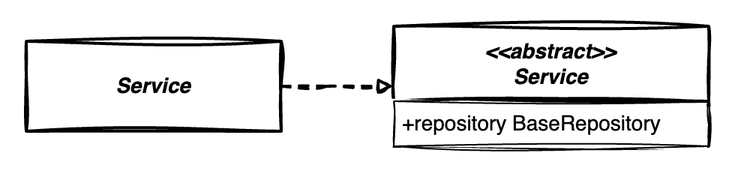
The draw.io diagram interactor_layer.drawio.png in hamed-rezaee/flutter_component_architecture_poc, before a commit. Source tidied: cells renumbered, new cells last; positions are measured from the earlier drawing's top-left corner, leaving out a move shared by most shapes.
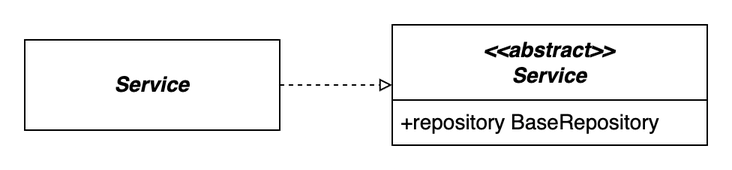
The same diagram one commit later.

Diff of the diagram source:
```diff
@@ -2,13 +2,13 @@
   <root>
     <mxCell id="0" />
     <mxCell id="1" parent="0" />
-    <mxCell id="2" value="&lt;b style=&quot;border-color: var(--border-color); font-size: 12px;&quot;&gt;&lt;i style=&quot;border-color: var(--border-color);&quot;&gt;&lt;font style=&quot;border-color: var(--border-color); font-size: 14px;&quot;&gt;&amp;lt;&amp;lt;abstract&amp;gt;&amp;gt;&lt;br style=&quot;border-color: var(--border-color);&quot;&gt;Service&lt;/font&gt;&lt;/i&gt;&lt;/b&gt;" style="swimlane;horizontal=1;startSize=50;rounded=0;fontSize=14;fontStyle=0;strokeWidth=2;shadow=0;dashed=0;align=center;arcSize=4;whiteSpace=wrap;html=1;sketch=1;curveFitting=1;jiggle=2;swimlaneFillColor=default;" parent="1" vertex="1">
+    <mxCell id="2" value="&lt;b style=&quot;border-color: var(--border-color); font-size: 12px;&quot;&gt;&lt;i style=&quot;border-color: var(--border-color);&quot;&gt;&lt;font style=&quot;border-color: var(--border-color); font-size: 14px;&quot;&gt;&amp;lt;&amp;lt;abstract&amp;gt;&amp;gt;&lt;br style=&quot;border-color: var(--border-color);&quot;&gt;Service&lt;/font&gt;&lt;/i&gt;&lt;/b&gt;" style="swimlane;horizontal=1;startSize=50;rounded=0;fontSize=14;fontStyle=0;strokeWidth=1;shadow=0;dashed=0;align=center;arcSize=4;whiteSpace=wrap;html=1;swimlaneFillColor=default;" parent="1" vertex="1">
       <mxGeometry x="245" width="210" height="80" as="geometry" />
     </mxCell>
-    <mxCell id="3" value="&lt;font style=&quot;font-size: 14px;&quot;&gt;+repository BaseRepository&lt;/font&gt;" style="align=left;spacingLeft=4;fontSize=12;verticalAlign=top;html=1;sketch=1;curveFitting=1;jiggle=2;" parent="2" vertex="1">
+    <mxCell id="3" value="&lt;font style=&quot;font-size: 14px;&quot;&gt;+repository BaseRepository&lt;/font&gt;" style="align=left;spacingLeft=4;fontSize=12;verticalAlign=top;html=1;strokeWidth=1;" parent="2" vertex="1">
       <mxGeometry y="50" width="210" height="30" as="geometry" />
     </mxCell>
-    <mxCell id="4" style="edgeStyle=orthogonalEdgeStyle;rounded=0;jettySize=auto;html=1;exitX=1;exitY=0.5;exitDx=0;exitDy=0;entryX=0;entryY=0.5;entryDx=0;entryDy=0;endArrow=block;endFill=0;sketch=1;curveFitting=1;jiggle=2;dashed=1;strokeWidth=2;" parent="1" edge="1" source="5" target="2">
+    <mxCell id="4" style="edgeStyle=orthogonalEdgeStyle;rounded=0;jettySize=auto;html=1;exitX=1;exitY=0.5;exitDx=0;exitDy=0;entryX=0;entryY=0.5;entryDx=0;entryDy=0;endArrow=block;endFill=0;dashed=1;strokeWidth=1;" parent="1" edge="1" source="5" target="2">
       <mxGeometry relative="1" as="geometry">
         <Array as="points">
           <mxPoint x="200" y="40" />
@@ -16,7 +16,7 @@
         </Array>
       </mxGeometry>
     </mxCell>
-    <mxCell id="5" value="&lt;b&gt;&lt;i&gt;&lt;font style=&quot;font-size: 14px;&quot;&gt;Service&lt;br&gt;&lt;/font&gt;&lt;/i&gt;&lt;/b&gt;" style="rounded=0;whiteSpace=wrap;html=1;sketch=1;curveFitting=1;jiggle=2;fontSize=14;fontStyle=0;startSize=50;strokeWidth=2;shadow=0;dashed=0;arcSize=4;" parent="1" vertex="1">
+    <mxCell id="5" value="&lt;b&gt;&lt;i&gt;&lt;font style=&quot;font-size: 14px;&quot;&gt;Service&lt;br&gt;&lt;/font&gt;&lt;/i&gt;&lt;/b&gt;" style="rounded=0;whiteSpace=wrap;html=1;fontSize=14;fontStyle=0;startSize=50;strokeWidth=1;shadow=0;dashed=0;arcSize=4;" parent="1" vertex="1">
       <mxGeometry y="10" width="170" height="60" as="geometry" />
     </mxCell>
   </root>
```
